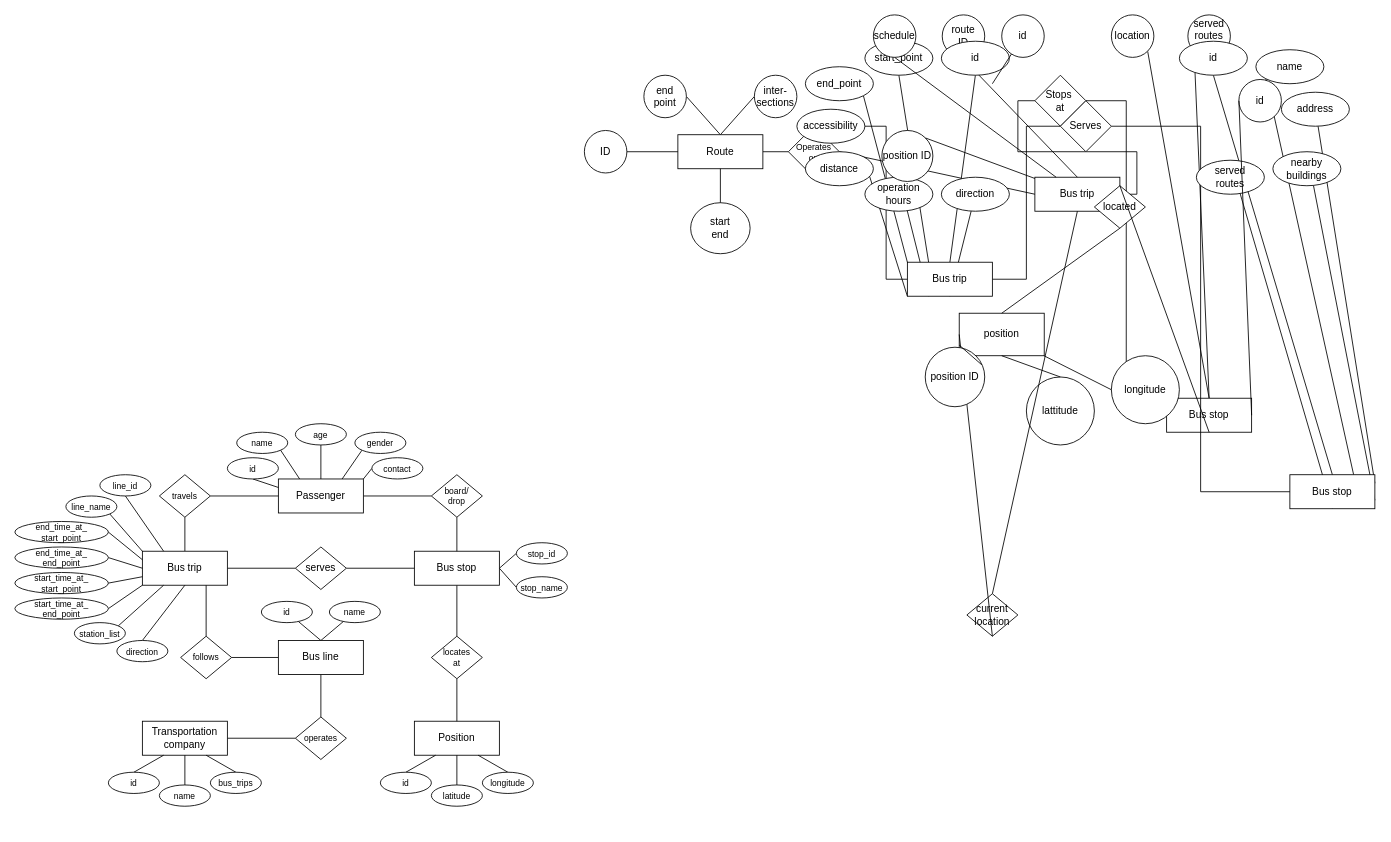
Above: page "Page-1" (1 of 2) of Phase 1 - Purpose Formalization/transportation_facilities.drawio in Belegee-Enkhbat/Transportation-Facilities-KGE-Project (draw.io), before the change. Source tidied: cells renumbered, new cells numbered last; positions are measured from the earlier drawing's top-left corner, leaving out a move shared by most shapes. Both pictures are drawn from the tidied source at 85%, with x=0, y=0 at pixel (14, 14).
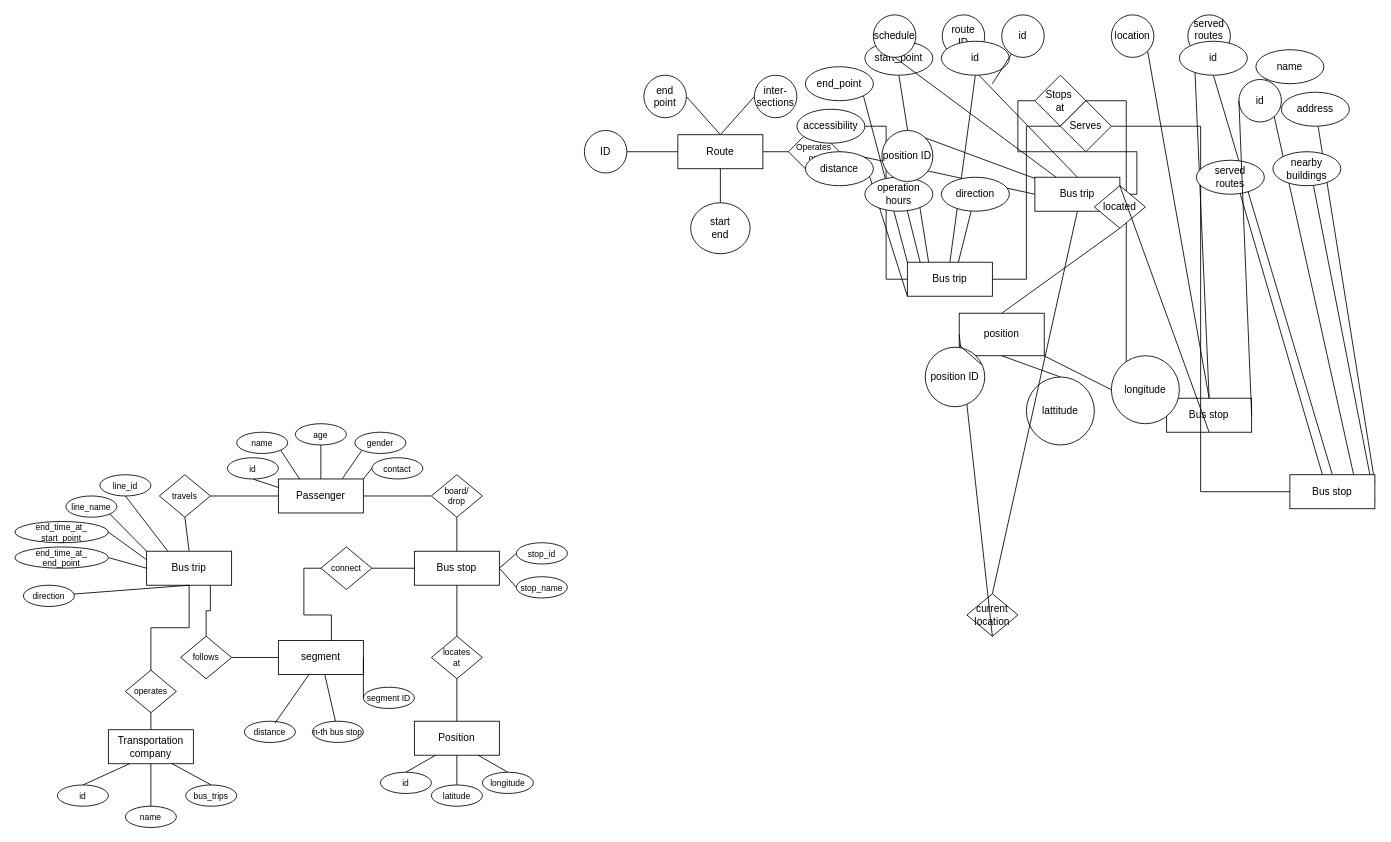
After the change.

Change to the diagram source:
```diff
@@
-    <mxCell id="77" style="edgeStyle=orthogonalEdgeStyle;rounded=0;jettySize=auto;html=1;exitX=1;exitY=0.5;exitDx=0;exitDy=0;entryX=0;entryY=0.5;entryDx=0;entryDy=0;endArrow=none;endFill=0;" parent="1" edge="1" source="79" target="90">
+    <mxCell id="77" style="edgeStyle=orthogonalEdgeStyle;rounded=0;jettySize=auto;html=1;exitX=0.624;exitY=0.063;exitDx=0;exitDy=0;entryX=0;entryY=0.5;entryDx=0;entryDy=0;endArrow=none;endFill=0;exitPerimeter=0;" parent="1" edge="1" source="132" target="90">
       <mxGeometry relative="1" as="geometry" />
     </mxCell>
@@
     <mxCell id="79" value="Bus trip" style="rounded=0;whiteSpace=wrap;html=1;" parent="1" vertex="1">
-      <mxGeometry x="150" y="631" width="100" height="40" as="geometry" />
+      <mxGeometry x="155" y="631" width="100" height="40" as="geometry" />
     </mxCell>
@@
-    <mxCell id="85" style="rounded=0;jettySize=auto;html=1;exitX=1;exitY=0.5;exitDx=0;exitDy=0;entryX=0;entryY=0.5;entryDx=0;entryDy=0;endArrow=none;endFill=0;" parent="1" edge="1" source="86" target="94">
+    <mxCell id="85" style="rounded=0;jettySize=auto;html=1;exitX=0.5;exitY=0;exitDx=0;exitDy=0;entryX=0.5;entryY=1;entryDx=0;entryDy=0;endArrow=none;endFill=0;" parent="1" edge="1" source="86" target="94">
       <mxGeometry relative="1" as="geometry" />
     </mxCell>
     <mxCell id="86" value="Transportation&lt;div&gt;company&lt;/div&gt;" style="html=1;dashed=0;whiteSpace=wrap;" parent="1" vertex="1">
-      <mxGeometry x="150" y="831" width="100" height="40" as="geometry" />
+      <mxGeometry x="110" y="841" width="100" height="40" as="geometry" />
     </mxCell>
@@
-    <mxCell id="90" value="serves" style="shape=rhombus;html=1;dashed=0;whiteSpace=wrap;perimeter=rhombusPerimeter;" parent="1" vertex="1">
-      <mxGeometry x="330" y="626" width="60" height="50" as="geometry" />
+    <mxCell id="90" value="&lt;font style=&quot;font-size: 10px;&quot;&gt;connect&lt;/font&gt;" style="shape=rhombus;html=1;dashed=0;whiteSpace=wrap;perimeter=rhombusPerimeter;" parent="1" vertex="1">
+      <mxGeometry x="360" y="626" width="60" height="50" as="geometry" />
     </mxCell>
@@
-    <mxCell id="93" style="edgeStyle=orthogonalEdgeStyle;rounded=0;jettySize=auto;html=1;exitX=0.5;exitY=0;exitDx=0;exitDy=0;entryX=0.5;entryY=1;entryDx=0;entryDy=0;endArrow=none;endFill=0;" parent="1" edge="1" source="94" target="132">
+    <mxCell id="93" style="edgeStyle=orthogonalEdgeStyle;rounded=0;jettySize=auto;html=1;exitX=0.5;exitY=0;exitDx=0;exitDy=0;endArrow=none;endFill=0;" parent="1" edge="1" source="94" target="79">
       <mxGeometry relative="1" as="geometry" />
     </mxCell>
     <mxCell id="94" value="operates" style="shape=rhombus;html=1;dashed=0;whiteSpace=wrap;perimeter=rhombusPerimeter;fontSize=10;" parent="1" vertex="1">
-      <mxGeometry x="330" y="826" width="60" height="50" as="geometry" />
+      <mxGeometry x="130" y="771" width="60" height="50" as="geometry" />
     </mxCell>
@@
     <mxCell id="106" value="id" style="ellipse;whiteSpace=wrap;html=1;fontSize=10;" parent="1" vertex="1">
-      <mxGeometry x="110" y="891" width="60" height="25" as="geometry" />
+      <mxGeometry x="50" y="906" width="60" height="25" as="geometry" />
     </mxCell>
@@
     <mxCell id="108" value="name" style="ellipse;whiteSpace=wrap;html=1;fontSize=10;" parent="1" vertex="1">
-      <mxGeometry x="170" y="906" width="60" height="25" as="geometry" />
+      <mxGeometry x="130" y="931" width="60" height="25" as="geometry" />
     </mxCell>
@@
     <mxCell id="110" value="bus_trips" style="ellipse;whiteSpace=wrap;html=1;fontSize=10;" parent="1" vertex="1">
-      <mxGeometry x="230" y="891" width="60" height="25" as="geometry" />
+      <mxGeometry x="201" y="906" width="60" height="25" as="geometry" />
     </mxCell>
@@
-    <mxCell id="130" style="rounded=0;jettySize=auto;html=1;exitX=0.5;exitY=0;exitDx=0;exitDy=0;endArrow=none;endFill=0;" parent="1" edge="1" source="132" target="145">
-      <mxGeometry relative="1" as="geometry" />
-    </mxCell>
-    <mxCell id="131" style="rounded=0;jettySize=auto;html=1;exitX=0.5;exitY=0;exitDx=0;exitDy=0;endArrow=none;endFill=0;" parent="1" edge="1" source="132" target="146">
+    <mxCell id="131" style="rounded=0;jettySize=auto;html=1;endArrow=none;endFill=0;" parent="1" edge="1" source="132" target="146">
       <mxGeometry relative="1" as="geometry" />
     </mxCell>
-    <mxCell id="132" value="Bus line" style="rounded=0;whiteSpace=wrap;html=1;" parent="1" vertex="1">
+    <mxCell id="132" value="segment" style="rounded=0;whiteSpace=wrap;html=1;" parent="1" vertex="1">
       <mxGeometry x="310" y="736" width="100" height="40" as="geometry" />
     </mxCell>
@@
-    <mxCell id="137" style="rounded=0;jettySize=auto;html=1;exitX=1;exitY=0.5;exitDx=0;exitDy=0;entryX=0;entryY=0.75;entryDx=0;entryDy=0;endArrow=none;endFill=0;" parent="1" edge="1" source="138" target="79">
-      <mxGeometry relative="1" as="geometry" />
-    </mxCell>
-    <mxCell id="138" value="start_time&lt;span style=&quot;background-color: initial;&quot;&gt;_at&lt;/span&gt;&lt;span style=&quot;background-color: initial;&quot;&gt;_&lt;/span&gt;&lt;div&gt;&lt;span style=&quot;background-color: initial;&quot;&gt;start_point&lt;/span&gt;&lt;/div&gt;" style="ellipse;whiteSpace=wrap;html=1;fontSize=10;" parent="1" vertex="1">
-      <mxGeometry y="656" width="110" height="25" as="geometry" />
-    </mxCell>
-    <mxCell id="139" style="rounded=0;jettySize=auto;html=1;exitX=1;exitY=0.5;exitDx=0;exitDy=0;entryX=0;entryY=1;entryDx=0;entryDy=0;endArrow=none;endFill=0;" parent="1" edge="1" source="140" target="79">
-      <mxGeometry relative="1" as="geometry" />
-    </mxCell>
-    <mxCell id="140" value="start_time&lt;span style=&quot;background-color: initial;&quot;&gt;_at&lt;/span&gt;&lt;span style=&quot;background-color: initial;&quot;&gt;_&lt;/span&gt;&lt;div&gt;&lt;span style=&quot;background-color: initial;&quot;&gt;end_point&lt;/span&gt;&lt;/div&gt;" style="ellipse;whiteSpace=wrap;html=1;fontSize=10;" parent="1" vertex="1">
-      <mxGeometry y="686" width="110" height="25" as="geometry" />
-    </mxCell>
-    <mxCell id="141" style="rounded=0;jettySize=auto;html=1;exitX=1;exitY=0;exitDx=0;exitDy=0;entryX=0.25;entryY=1;entryDx=0;entryDy=0;endArrow=none;endFill=0;" parent="1" edge="1" source="142" target="79">
-      <mxGeometry relative="1" as="geometry" />
-    </mxCell>
-    <mxCell id="142" value="station_list" style="ellipse;whiteSpace=wrap;html=1;fontSize=10;" parent="1" vertex="1">
-      <mxGeometry x="70" y="715" width="60" height="25" as="geometry" />
-    </mxCell>
-    <mxCell id="143" style="rounded=0;jettySize=auto;html=1;exitX=0.5;exitY=0;exitDx=0;exitDy=0;entryX=0.5;entryY=1;entryDx=0;entryDy=0;endArrow=none;endFill=0;" parent="1" edge="1" source="144" target="79">
+    <mxCell id="143" style="rounded=0;jettySize=auto;html=1;entryX=0.5;entryY=1;entryDx=0;entryDy=0;endArrow=none;endFill=0;" parent="1" edge="1" source="144" target="79">
       <mxGeometry relative="1" as="geometry" />
     </mxCell>
     <mxCell id="144" value="direction" style="ellipse;whiteSpace=wrap;html=1;fontSize=10;" parent="1" vertex="1">
-      <mxGeometry x="120" y="736" width="60" height="25" as="geometry" />
+      <mxGeometry x="10" y="671" width="60" height="25" as="geometry" />
     </mxCell>
-    <mxCell id="145" value="id" style="ellipse;whiteSpace=wrap;html=1;fontSize=10;" parent="1" vertex="1">
-      <mxGeometry x="290" y="690" width="60" height="25" as="geometry" />
-    </mxCell>
-    <mxCell id="146" value="name" style="ellipse;whiteSpace=wrap;html=1;fontSize=10;" parent="1" vertex="1">
-      <mxGeometry x="370" y="690" width="60" height="25" as="geometry" />
+    <mxCell id="146" value="n-th bus stop" style="ellipse;whiteSpace=wrap;html=1;fontSize=10;" parent="1" vertex="1">
+      <mxGeometry x="350" y="831" width="60" height="25" as="geometry" />
     </mxCell>
+    <mxCell id="147" value="segment ID" style="ellipse;whiteSpace=wrap;html=1;fontSize=10;" parent="1" vertex="1">
+      <mxGeometry x="410" y="791" width="60" height="25" as="geometry" />
+    </mxCell>
+    <mxCell id="148" style="endArrow=none;html=1;rounded=0;exitX=1;exitY=0.5;exitDx=0;exitDy=0;entryX=0;entryY=0.5;entryDx=0;entryDy=0;" parent="1" edge="1" source="132" target="147">
+      <mxGeometry relative="1" as="geometry" />
+    </mxCell>
+    <mxCell id="149" value="distance" style="ellipse;whiteSpace=wrap;html=1;fontSize=10;" parent="1" vertex="1">
+      <mxGeometry x="270" y="831" width="60" height="25" as="geometry" />
+    </mxCell>
+    <mxCell id="150" style="endArrow=none;html=1;rounded=0;exitX=0.6;exitY=0.094;exitDx=0;exitDy=0;exitPerimeter=0;" parent="1" edge="1" source="149" target="132">
+      <mxGeometry relative="1" as="geometry" />
+    </mxCell>
```
